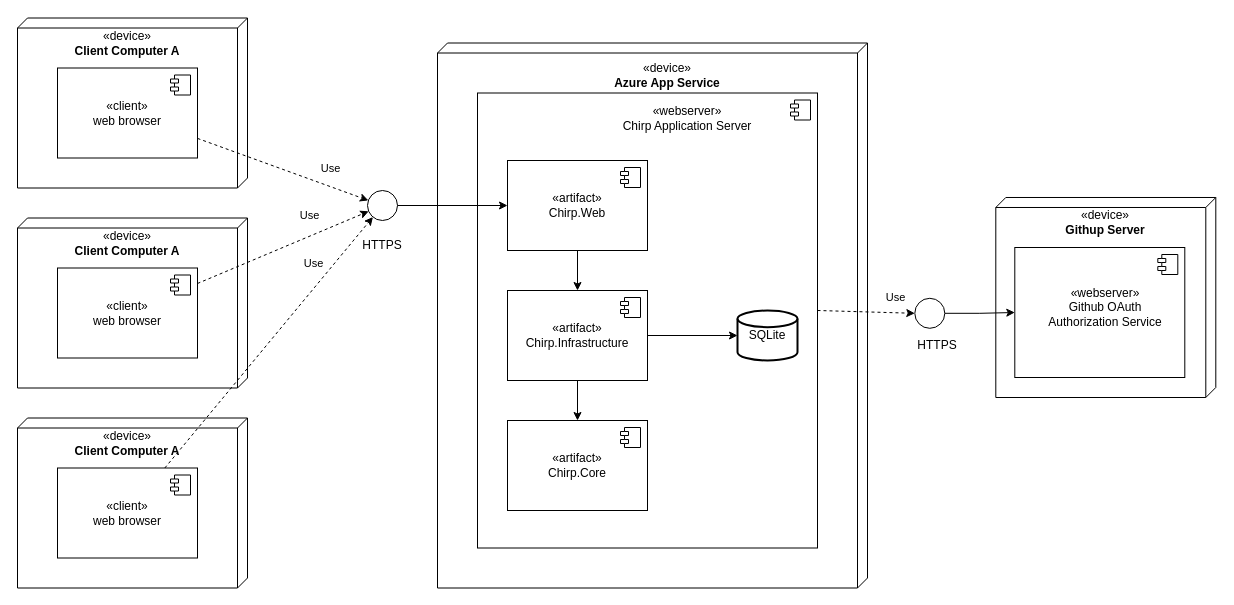
Earlier version of the draw.io diagram docs/diagrams/ClientServerArchitecture.drawio.xml (ITU-BDSA2024-GROUP15/Chirp). Source tidied: cells renumbered, new cells numbered last; positions are measured from the earlier drawing's top-left corner, leaving out a move shared by most shapes. Both pictures are drawn from the tidied source at 100%, with x=0, y=0 at pixel (17, 18).
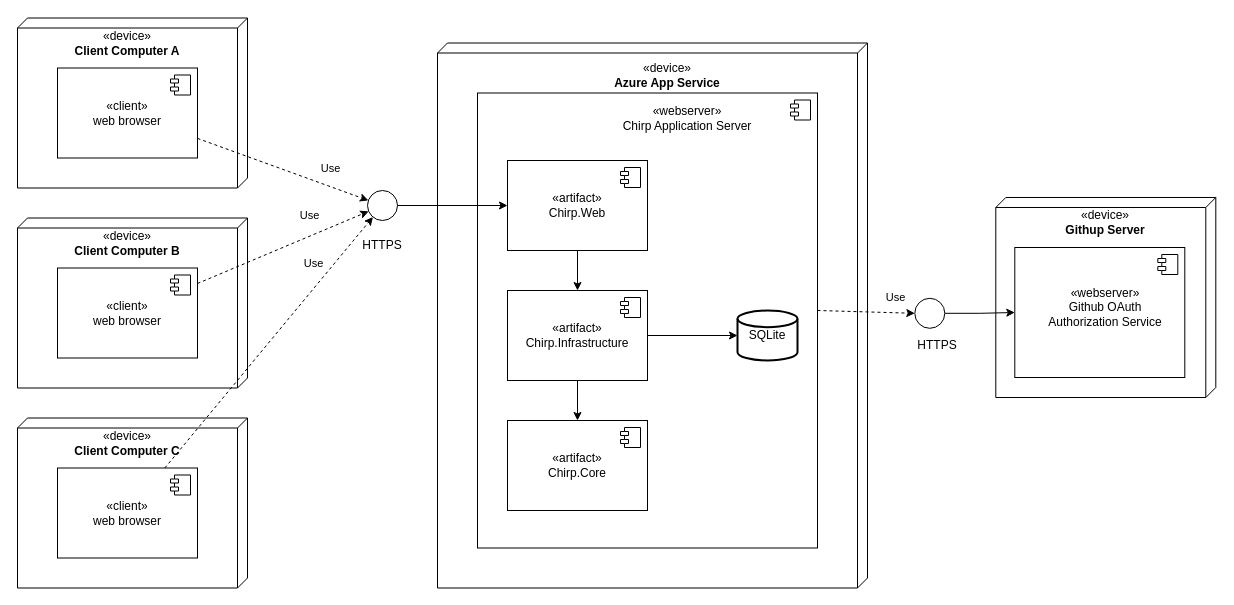
The same diagram, later.

Commit message (it also covers changes not shown here):
report: fix architecture diagram

Diff of the diagram source:
```diff
@@
-    <mxCell id="9" value="«device»&lt;div&gt;&lt;b&gt;Client Computer A&lt;/b&gt;&lt;/div&gt;" style="text;html=1;align=center;verticalAlign=middle;whiteSpace=wrap;rounded=0;" parent="1" vertex="1">
+    <mxCell id="9" value="«device»&lt;div&gt;&lt;b&gt;Client Computer B&lt;/b&gt;&lt;/div&gt;" style="text;html=1;align=center;verticalAlign=middle;whiteSpace=wrap;rounded=0;" parent="1" vertex="1">
       <mxGeometry y="209.5" width="220" height="30" as="geometry" />
     </mxCell>
@@
-    <mxCell id="13" value="«device»&lt;div&gt;&lt;b&gt;Client Computer A&lt;/b&gt;&lt;/div&gt;" style="text;html=1;align=center;verticalAlign=middle;whiteSpace=wrap;rounded=0;" parent="1" vertex="1">
+    <mxCell id="13" value="«device»&lt;div&gt;&lt;b&gt;Client Computer C&lt;/b&gt;&lt;/div&gt;" style="text;html=1;align=center;verticalAlign=middle;whiteSpace=wrap;rounded=0;" parent="1" vertex="1">
       <mxGeometry y="409.5" width="220" height="30" as="geometry" />
     </mxCell>
```
